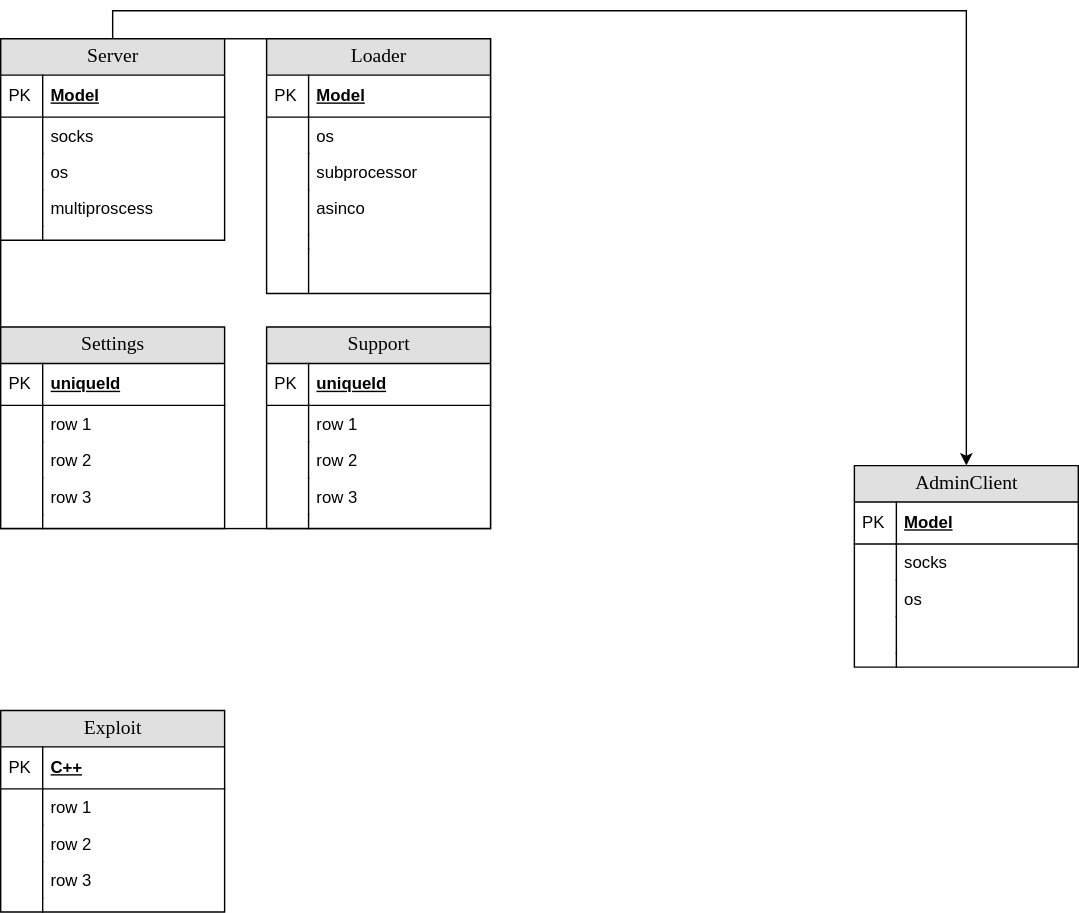
Above: PrivateEXE.drawio.svg in Xakile/MagicTools (draw.io), before the change. Source tidied: cells renumbered, new cells last; positions are measured from the earlier drawing's top-left corner, leaving out a move shared by most shapes.
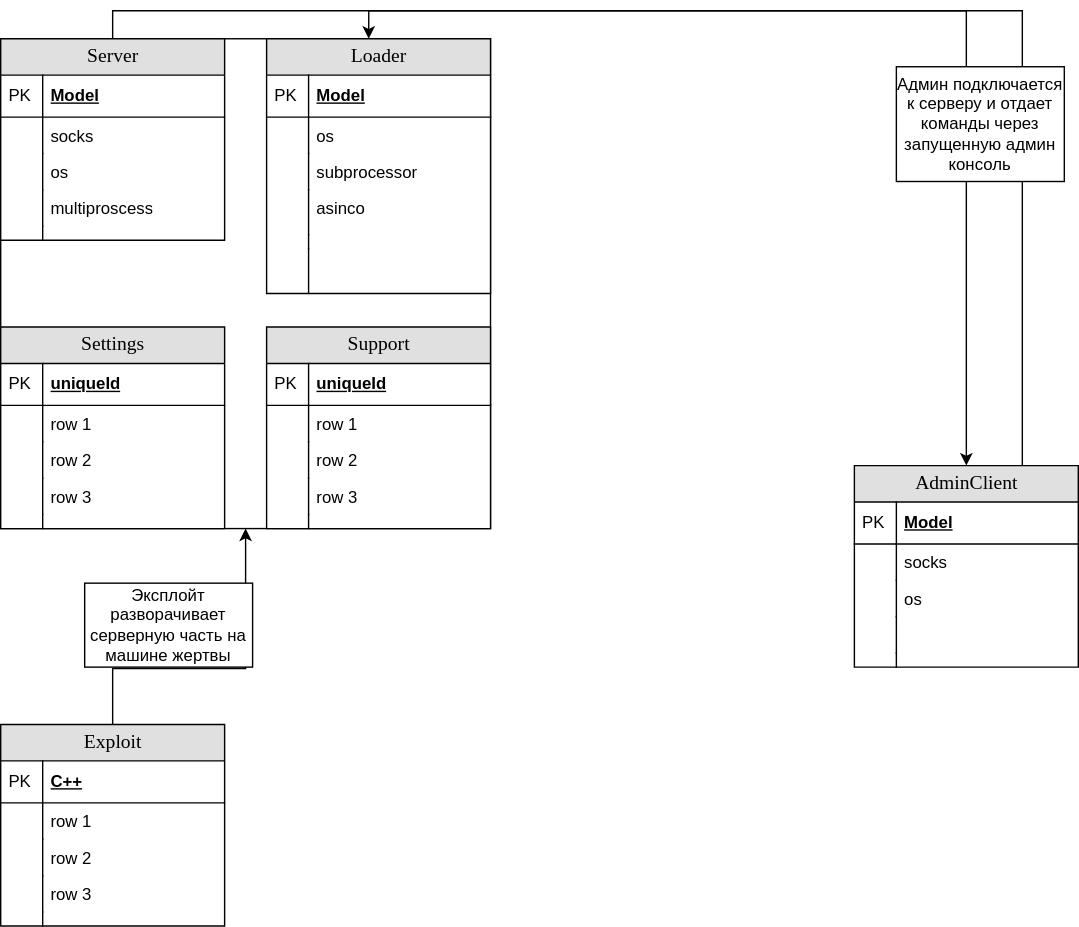
Later version of the same file.

Diff of the diagram source:
```diff
@@ -41,6 +41,9 @@
     <mxCell id="14" style="shape=partialRectangle;top=0;left=0;bottom=0;html=1;fillColor=none;align=left;verticalAlign=top;spacingLeft=4;spacingRight=4;whiteSpace=wrap;overflow=hidden;" parent="13" vertex="1">
       <mxGeometry width="30" height="10" as="geometry" />
     </mxCell>
+    <mxCell id="72" style="edgeStyle=orthogonalEdgeStyle;rounded=0;jettySize=auto;html=1;exitX=0.75;exitY=0;exitDx=0;exitDy=0;entryX=0.456;entryY=0;entryDx=0;entryDy=0;entryPerimeter=0;" parent="1" edge="1" source="15" target="26">
+      <mxGeometry relative="1" as="geometry" />
+    </mxCell>
     <mxCell id="15" value="AdminClient" style="swimlane;html=1;fontStyle=0;horizontal=1;startSize=26;fillColor=#e0e0e0;swimlaneFillColor=#ffffff;align=center;rounded=0;shadow=0;comic=0;labelBackgroundColor=none;strokeWidth=1;fontFamily=Verdana;fontSize=14;" parent="1" vertex="1">
       <mxGeometry x="610" y="305" width="160" height="144" as="geometry" />
     </mxCell>
@@ -179,8 +182,16 @@
     <mxCell id="60" style="shape=partialRectangle;top=0;left=0;bottom=0;html=1;fillColor=none;align=left;verticalAlign=top;spacingLeft=4;spacingRight=4;whiteSpace=wrap;overflow=hidden;" parent="59" vertex="1">
       <mxGeometry width="30" height="10" as="geometry" />
     </mxCell>
+    <mxCell id="73" style="edgeStyle=orthogonalEdgeStyle;rounded=0;jettySize=auto;html=1;entryX=0.5;entryY=1;entryDx=0;entryDy=0;" parent="1" edge="1" source="61" target="2">
+      <mxGeometry relative="1" as="geometry">
+        <Array as="points">
+          <mxPoint x="80" y="450" />
+          <mxPoint x="175" y="450" />
+        </Array>
+      </mxGeometry>
+    </mxCell>
     <mxCell id="61" value="Exploit" style="swimlane;html=1;fontStyle=0;horizontal=1;startSize=26;fillColor=#e0e0e0;swimlaneFillColor=#ffffff;align=center;rounded=0;shadow=0;comic=0;labelBackgroundColor=none;strokeWidth=1;fontFamily=Verdana;fontSize=14;" parent="1" vertex="1">
-      <mxGeometry y="480" width="160" height="144" as="geometry" />
+      <mxGeometry y="490" width="160" height="144" as="geometry" />
     </mxCell>
     <mxCell id="62" value="C++" style="shape=partialRectangle;top=0;left=0;right=0;bottom=1;html=1;align=left;verticalAlign=middle;fillColor=none;spacingLeft=34;spacingRight=4;whiteSpace=wrap;overflow=hidden;fontStyle=5;" parent="61" vertex="1">
       <mxGeometry y="26" width="160" height="30" as="geometry" />
@@ -212,5 +223,11 @@
     <mxCell id="71" style="shape=partialRectangle;top=0;left=0;bottom=0;html=1;fillColor=none;align=left;verticalAlign=top;spacingLeft=4;spacingRight=4;whiteSpace=wrap;overflow=hidden;" parent="70" vertex="1">
       <mxGeometry width="30" height="10" as="geometry" />
     </mxCell>
+    <mxCell id="74" value="Эксплойт разворачивает серверную часть на машине жертвы" style="whiteSpace=wrap;html=1;" parent="1" vertex="1">
+      <mxGeometry x="60" y="389" width="120" height="60" as="geometry" />
+    </mxCell>
+    <mxCell id="75" value="Админ подключается к серверу и отдает команды через запущенную админ консоль" style="whiteSpace=wrap;html=1;" parent="1" vertex="1">
+      <mxGeometry x="640" y="20" width="120" height="82" as="geometry" />
+    </mxCell>
   </root>
 </mxGraphModel>
```
